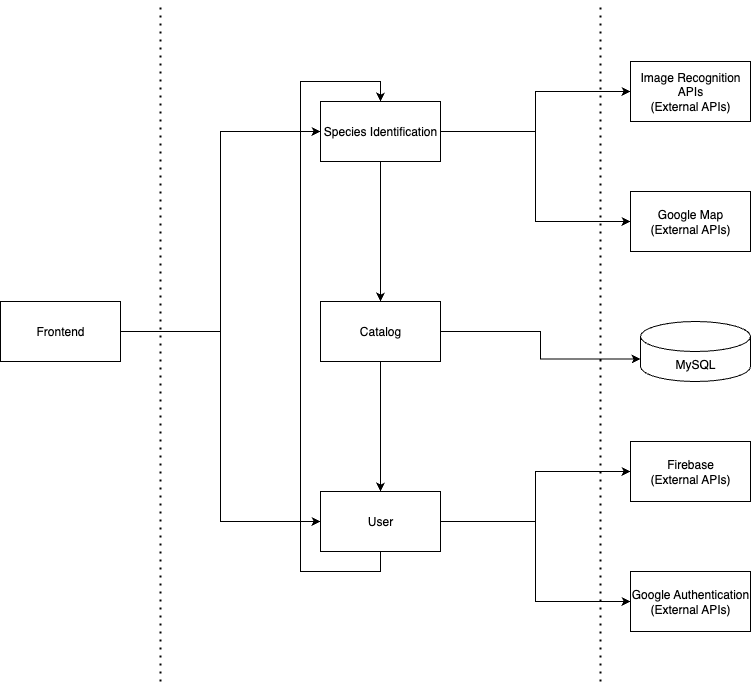
This is documentation/images/CPEN321M2-DependencyDiagram.drawio.png from XXLSmile/BioTrack, a draw.io export, as it was before one commit. Source tidied: cells renumbered, new cells last; positions are measured from the earlier drawing's top-left corner, leaving out a move shared by most shapes.
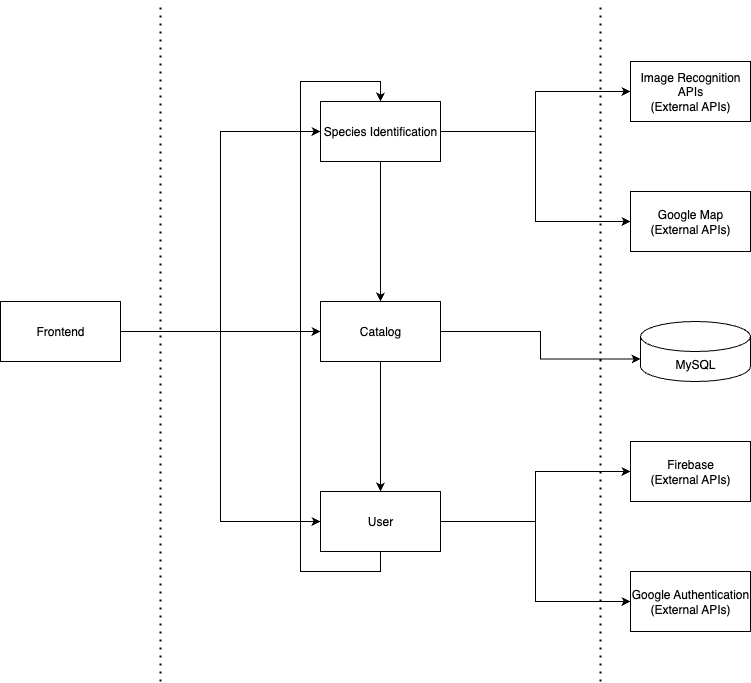
The same diagram one commit later.

Commit message:
updated dependecies diagram

Change to the diagram source:
```diff
@@ -20,6 +20,9 @@
     <mxCell id="5" style="edgeStyle=orthogonalEdgeStyle;rounded=0;jettySize=auto;html=1;exitX=1;exitY=0.5;exitDx=0;exitDy=0;entryX=0;entryY=0.5;entryDx=0;entryDy=0;" parent="1" edge="1" source="6" target="10">
       <mxGeometry relative="1" as="geometry" />
     </mxCell>
+    <mxCell id="23" style="edgeStyle=orthogonalEdgeStyle;rounded=0;jettySize=auto;html=1;exitX=1;exitY=0.5;exitDx=0;exitDy=0;entryX=0;entryY=0.5;entryDx=0;entryDy=0;" parent="1" edge="1" source="6" target="12">
+      <mxGeometry relative="1" as="geometry" />
+    </mxCell>
     <mxCell id="6" value="Frontend" style="rounded=0;whiteSpace=wrap;html=1;" parent="1" vertex="1">
       <mxGeometry y="300" width="120" height="60" as="geometry" />
     </mxCell>
```
